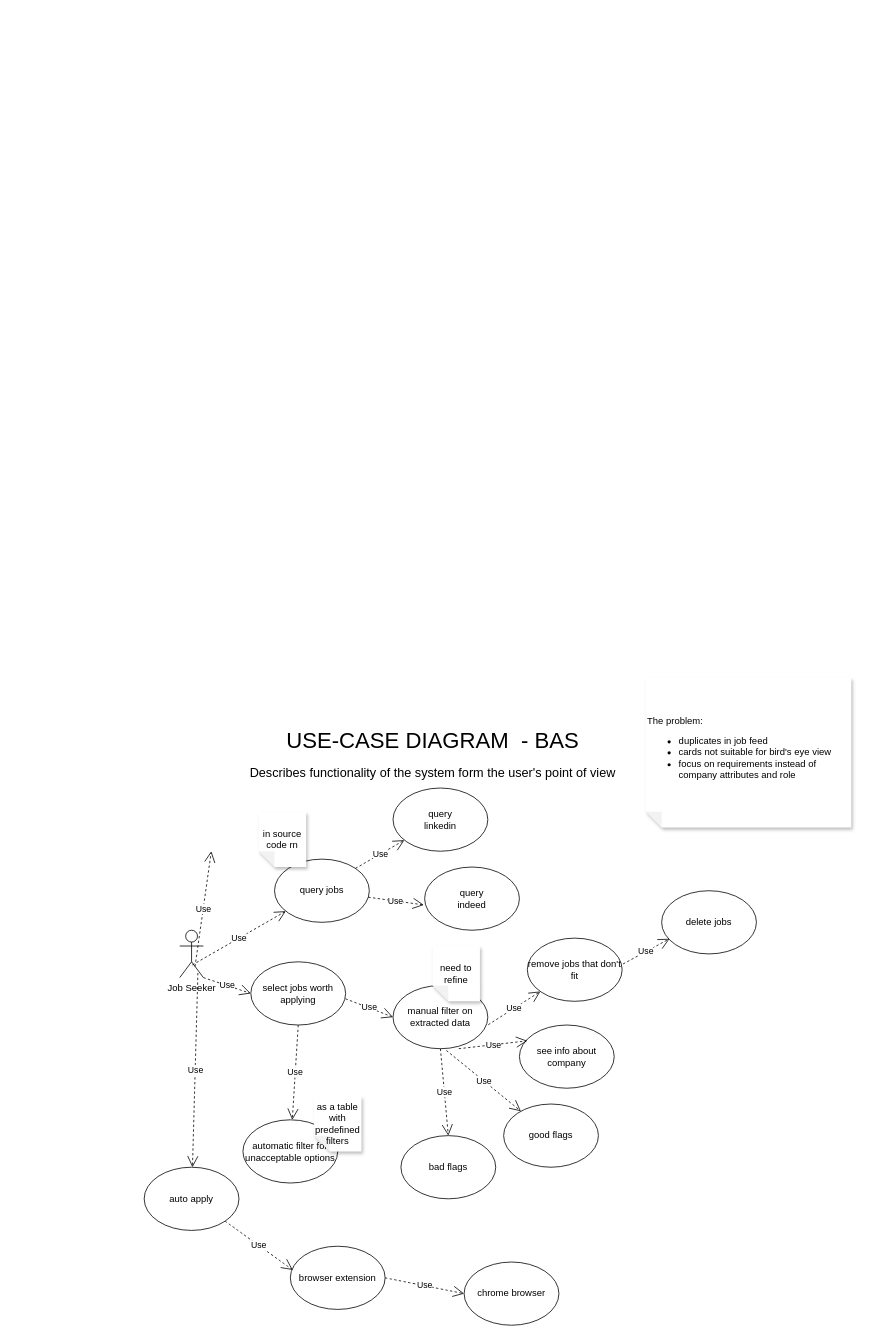
This is page "USE-CASE" (2 of 2) of diagrams/Diagram.drawio from vadzimk/bas, a draw.io file, before an edit. Source tidied: cells renumbered, new cells numbered last; positions are measured from the earlier drawing's top-left corner, leaving out a move shared by most shapes. Both pictures are drawn from the tidied source at 79%, with x=0, y=0 at pixel (144, 677).
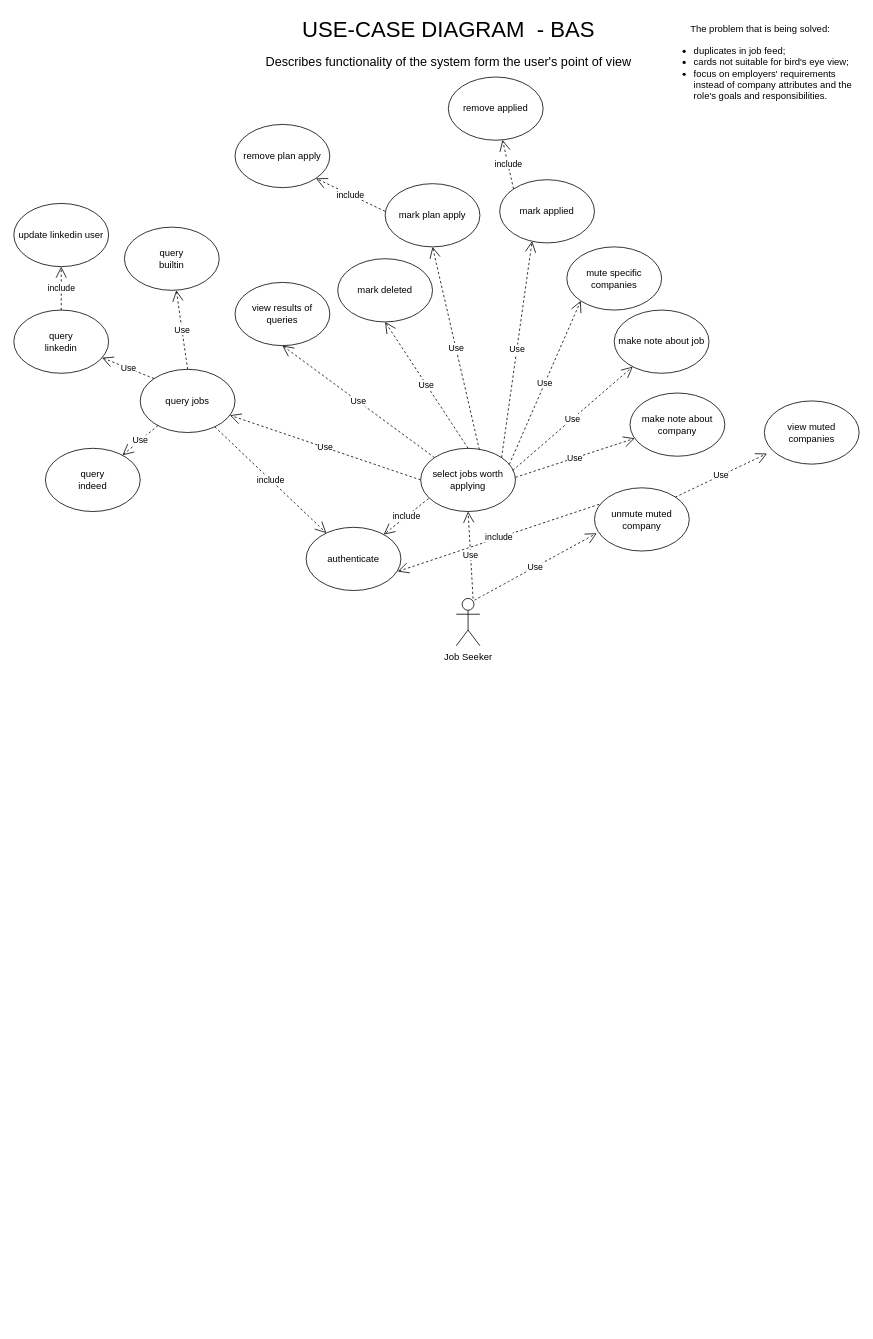
After the change.

The edit, as a diff of the source:
```diff
@@
     <mxCell id="2" value="Job Seeker" style="shape=umlActor;verticalLabelPosition=bottom;verticalAlign=top;html=1;" parent="1" vertex="1">
-      <mxGeometry x="45" y="320" width="30" height="60" as="geometry" />
+      <mxGeometry x="395" y="-100" width="30" height="60" as="geometry" />
     </mxCell>
     <mxCell id="3" value="query jobs" style="ellipse;whiteSpace=wrap;html=1;" parent="1" vertex="1">
-      <mxGeometry x="165" y="230" width="120" height="80" as="geometry" />
+      <mxGeometry x="-5" y="-390" width="120" height="80" as="geometry" />
     </mxCell>
-    <mxCell id="4" value="query&lt;br&gt;linkedin" style="ellipse;whiteSpace=wrap;html=1;" parent="1" vertex="1">
-      <mxGeometry x="315" y="140" width="120" height="80" as="geometry" />
+    <mxCell id="4" value="query&lt;br&gt;linkedin" style="ellipse;whiteSpace=wrap;html=1;labelBackgroundColor=none;" parent="1" vertex="1">
+      <mxGeometry x="-165" y="-465" width="120" height="80" as="geometry" />
     </mxCell>
     <mxCell id="5" value="query&lt;br&gt;indeed" style="ellipse;whiteSpace=wrap;html=1;" parent="1" vertex="1">
-      <mxGeometry x="355" y="240" width="120" height="80" as="geometry" />
+      <mxGeometry x="-125" y="-290" width="120" height="80" as="geometry" />
     </mxCell>
-    <mxCell id="6" value="Use" style="endArrow=open;endSize=12;dashed=1;html=1;rounded=0;exitX=0.533;exitY=0.733;exitDx=0;exitDy=0;exitPerimeter=0;" parent="1" edge="1" source="2" target="3">
+    <mxCell id="6" value="Use" style="endArrow=open;endSize=12;dashed=1;html=1;rounded=0;exitX=0;exitY=0.5;exitDx=0;exitDy=0;" parent="1" edge="1" source="18" target="3">
       <mxGeometry relative="1" as="geometry" />
     </mxCell>
-    <mxCell id="7" value="Use" style="endArrow=open;endSize=12;dashed=1;html=1;rounded=0;exitX=1;exitY=0;exitDx=0;exitDy=0;" parent="1" edge="1" source="3" target="4">
+    <mxCell id="7" value="Use" style="endArrow=open;endSize=12;dashed=1;html=1;rounded=0;exitX=0;exitY=0;exitDx=0;exitDy=0;" parent="1" edge="1" source="3" target="4">
       <mxGeometry relative="1" as="geometry" />
     </mxCell>
-    <mxCell id="8" value="Use" style="endArrow=open;endSize=12;dashed=1;html=1;rounded=0;entryX=-0.008;entryY=0.6;entryDx=0;entryDy=0;entryPerimeter=0;" parent="1" edge="1" source="3" target="5">
+    <mxCell id="8" value="Use" style="endArrow=open;endSize=12;dashed=1;html=1;rounded=0;" parent="1" edge="1" source="3" target="5">
       <mxGeometry relative="1" as="geometry" />
     </mxCell>
-    <mxCell id="9" value="manual filter on extracted data" style="ellipse;whiteSpace=wrap;html=1;" parent="1" vertex="1">
-      <mxGeometry x="315" y="390" width="120" height="80" as="geometry" />
-    </mxCell>
-    <mxCell id="10" value="Use" style="endArrow=open;endSize=12;dashed=1;html=1;rounded=0;exitX=0.646;exitY=0.765;exitDx=0;exitDy=0;exitPerimeter=0;" parent="1" edge="1" source="2">
-      <mxGeometry relative="1" as="geometry">
-        <mxPoint x="85" y="220" as="targetPoint" />
-      </mxGeometry>
+    <mxCell id="10" value="include" style="endArrow=open;endSize=12;dashed=1;html=1;rounded=0;" parent="1" edge="1" source="3" target="42">
+      <mxGeometry relative="1" as="geometry" />
     </mxCell>
-    <mxCell id="11" value="delete jobs" style="ellipse;whiteSpace=wrap;html=1;" parent="1" vertex="1">
-      <mxGeometry x="655" y="270" width="120" height="80" as="geometry" />
+    <mxCell id="11" value="mark deleted" style="ellipse;whiteSpace=wrap;html=1;" parent="1" vertex="1">
+      <mxGeometry x="245" y="-530" width="120" height="80" as="geometry" />
     </mxCell>
-    <mxCell id="12" value="Use" style="endArrow=open;endSize=12;dashed=1;html=1;rounded=0;exitX=1.005;exitY=0.62;exitDx=0;exitDy=0;exitPerimeter=0;" parent="1" edge="1" source="9" target="13">
-      <mxGeometry relative="1" as="geometry" />
-    </mxCell>
-    <mxCell id="13" value="remove jobs that don't fit" style="ellipse;whiteSpace=wrap;html=1;" parent="1" vertex="1">
-      <mxGeometry x="485" y="330" width="120" height="80" as="geometry" />
-    </mxCell>
-    <mxCell id="14" value="Use" style="endArrow=open;endSize=12;dashed=1;html=1;rounded=0;exitX=1.01;exitY=0.409;exitDx=0;exitDy=0;exitPerimeter=0;entryX=0.083;entryY=0.761;entryDx=0;entryDy=0;entryPerimeter=0;" parent="1" edge="1" source="13" target="11">
-      <mxGeometry relative="1" as="geometry" />
-    </mxCell>
-    <mxCell id="15" value="Use" style="endArrow=open;endSize=12;dashed=1;html=1;rounded=0;exitX=0.999;exitY=0.585;exitDx=0;exitDy=0;exitPerimeter=0;entryX=0;entryY=0.5;entryDx=0;entryDy=0;" parent="1" edge="1" source="18" target="9">
-      <mxGeometry relative="1" as="geometry" />
-    </mxCell>
-    <mxCell id="16" value="see info about company" style="ellipse;whiteSpace=wrap;html=1;" parent="1" vertex="1">
-      <mxGeometry x="475" y="440" width="120" height="80" as="geometry" />
-    </mxCell>
-    <mxCell id="17" value="Use" style="endArrow=open;endSize=12;dashed=1;html=1;rounded=0;entryX=0.083;entryY=0.25;entryDx=0;entryDy=0;entryPerimeter=0;exitX=0.693;exitY=1;exitDx=0;exitDy=0;exitPerimeter=0;" parent="1" edge="1" source="9" target="16">
-      <mxGeometry relative="1" as="geometry" />
-    </mxCell>
     <mxCell id="18" value="select jobs worth applying" style="ellipse;whiteSpace=wrap;html=1;" parent="1" vertex="1">
-      <mxGeometry x="135" y="360" width="120" height="80" as="geometry" />
+      <mxGeometry x="350" y="-290" width="120" height="80" as="geometry" />
     </mxCell>
-    <mxCell id="19" value="Use" style="endArrow=open;endSize=12;dashed=1;html=1;rounded=0;exitX=1;exitY=1;exitDx=0;exitDy=0;exitPerimeter=0;entryX=0;entryY=0.5;entryDx=0;entryDy=0;" parent="1" edge="1" source="2" target="18">
-      <mxGeometry relative="1" as="geometry" />
-    </mxCell>
-    <mxCell id="20" value="auto apply" style="ellipse;whiteSpace=wrap;html=1;" parent="1" vertex="1">
-      <mxGeometry y="620" width="120" height="80" as="geometry" />
+    <mxCell id="20" value="view muted companies" style="ellipse;whiteSpace=wrap;html=1;" parent="1" vertex="1">
+      <mxGeometry x="785" y="-350" width="120" height="80" as="geometry" />
     </mxCell>
-    <mxCell id="21" value="Use" style="endArrow=open;endSize=12;dashed=1;html=1;rounded=0;exitX=0.767;exitY=0.902;exitDx=0;exitDy=0;exitPerimeter=0;" parent="1" edge="1" source="2" target="20">
-      <mxGeometry relative="1" as="geometry" />
-    </mxCell>
     <mxCell id="22" value="USE-CASE DIAGRAM&amp;nbsp; - BAS" style="text;html=1;align=center;verticalAlign=middle;fillColor=none;strokeColor=none;rounded=0;fontSize=28;" parent="1" vertex="1">
-      <mxGeometry x="170" y="60" width="390" height="40" as="geometry" />
+      <mxGeometry x="190" y="-840" width="390" height="40" as="geometry" />
     </mxCell>
     <mxCell id="23" value="Describes functionality of the system form the user's point of view" style="text;html=1;align=center;verticalAlign=middle;fillColor=none;strokeColor=none;rounded=0;fontSize=16;" parent="1" vertex="1">
-      <mxGeometry x="125" y="110" width="480" height="20" as="geometry" />
+      <mxGeometry x="145" y="-790" width="480" height="20" as="geometry" />
     </mxCell>
-    <mxCell id="24" value="browser extension" style="ellipse;whiteSpace=wrap;html=1;hachureGap=4;" parent="1" vertex="1">
-      <mxGeometry x="185" y="720" width="120" height="80" as="geometry" />
+    <mxCell id="24" value="unmute muted company" style="ellipse;whiteSpace=wrap;html=1;hachureGap=4;" parent="1" vertex="1">
+      <mxGeometry x="570" y="-240" width="120" height="80" as="geometry" />
     </mxCell>
-    <mxCell id="25" value="chrome browser" style="ellipse;whiteSpace=wrap;html=1;hachureGap=4;" parent="1" vertex="1">
-      <mxGeometry x="405" y="740" width="120" height="80" as="geometry" />
-    </mxCell>
-    <mxCell id="26" value="Use" style="endArrow=open;endSize=12;dashed=1;html=1;rounded=0;sourcePerimeterSpacing=8;targetPerimeterSpacing=8;curved=1;exitX=1;exitY=1;exitDx=0;exitDy=0;entryX=0.025;entryY=0.375;entryDx=0;entryDy=0;entryPerimeter=0;" parent="1" edge="1" source="20" target="24">
+    <mxCell id="26" value="Use" style="endArrow=open;endSize=12;dashed=1;html=1;rounded=0;sourcePerimeterSpacing=8;targetPerimeterSpacing=8;curved=1;entryX=0.024;entryY=0.719;entryDx=0;entryDy=0;exitX=0.773;exitY=0.036;exitDx=0;exitDy=0;exitPerimeter=0;entryPerimeter=0;" parent="1" edge="1" source="2" target="24">
       <mxGeometry relative="1" as="geometry" />
     </mxCell>
-    <mxCell id="27" value="Use" style="endArrow=open;endSize=12;dashed=1;html=1;rounded=0;sourcePerimeterSpacing=8;targetPerimeterSpacing=8;curved=1;exitX=1;exitY=0.5;exitDx=0;exitDy=0;entryX=0;entryY=0.5;entryDx=0;entryDy=0;" parent="1" edge="1" source="24" target="25">
-      <mxGeometry relative="1" as="geometry" />
-    </mxCell>
-    <mxCell id="28" value="automatic filter for unacceptable options" style="ellipse;whiteSpace=wrap;html=1;hachureGap=4;" parent="1" vertex="1">
-      <mxGeometry x="125" y="560" width="120" height="80" as="geometry" />
+    <mxCell id="28" value="mute specific companies" style="ellipse;whiteSpace=wrap;html=1;hachureGap=4;" parent="1" vertex="1">
+      <mxGeometry x="535" y="-545" width="120" height="80" as="geometry" />
     </mxCell>
+    <mxCell id="38" value="&lt;span style=&quot;-webkit-font-smoothing: antialiased; font-family: Helvetica; font-size: 12px; font-style: normal; font-variant-ligatures: normal; font-variant-caps: normal; font-weight: 400; letter-spacing: normal; orphans: 2; text-align: left; text-indent: 0px; text-transform: none; widows: 2; word-spacing: 0px; -webkit-text-stroke-width: 0px; text-decoration-thickness: initial; text-decoration-style: initial; text-decoration-color: initial;&quot;&gt;The problem that is being solved:&lt;/span&gt;&lt;br style=&quot;-webkit-font-smoothing: antialiased; font-family: Helvetica; font-size: 12px; font-style: normal; font-variant-ligatures: normal; font-variant-caps: normal; font-weight: 400; letter-spacing: normal; orphans: 2; text-align: left; text-indent: 0px; text-transform: none; widows: 2; word-spacing: 0px; -webkit-text-stroke-width: 0px; text-decoration-thickness: initial; text-decoration-style: initial; text-decoration-color: initial;&quot;&gt;&lt;blockquote style=&quot;-webkit-font-smoothing: antialiased; font-family: Helvetica; font-size: 12px; font-style: normal; font-variant-ligatures: normal; font-variant-caps: normal; font-weight: 400; letter-spacing: normal; orphans: 2; text-align: left; text-indent: 0px; text-transform: none; widows: 2; word-spacing: 0px; -webkit-text-stroke-width: 0px; text-decoration-thickness: initial; text-decoration-style: initial; text-decoration-color: initial; margin: 0px 0px 0px 40px; border: none; padding: 0px;&quot;&gt;&lt;/blockquote&gt;&lt;ul style=&quot;-webkit-font-smoothing: antialiased; font-family: Helvetica; font-size: 12px; font-style: normal; font-variant-ligatures: normal; font-variant-caps: normal; font-weight: 400; letter-spacing: normal; orphans: 2; text-align: left; text-indent: 0px; text-transform: none; widows: 2; word-spacing: 0px; -webkit-text-stroke-width: 0px; text-decoration-thickness: initial; text-decoration-style: initial; text-decoration-color: initial;&quot;&gt;&lt;li style=&quot;-webkit-font-smoothing: antialiased;&quot;&gt;duplicates in job feed;&lt;/li&gt;&lt;li style=&quot;-webkit-font-smoothing: antialiased;&quot;&gt;cards not suitable for bird's eye view;&lt;/li&gt;&lt;li style=&quot;-webkit-font-smoothing: antialiased;&quot;&gt;focus on employers' requirements instead of company attributes and the role's goals and responsibilities.&lt;/li&gt;&lt;/ul&gt;" style="text;strokeColor=none;fillColor=none;html=1;align=center;verticalAlign=middle;whiteSpace=wrap;rounded=0;hachureGap=4;fontColor=default;labelBackgroundColor=none;" parent="1" vertex="1">
+      <mxGeometry x="655" y="-840" width="250" height="135" as="geometry" />
+    </mxCell>
+    <mxCell id="39" value="query&lt;br&gt;builtin" style="ellipse;whiteSpace=wrap;html=1;" parent="1" vertex="1">
+      <mxGeometry x="-25" y="-570" width="120" height="80" as="geometry" />
+    </mxCell>
+    <mxCell id="40" value="Use" style="endArrow=open;endSize=12;dashed=1;html=1;rounded=0;exitX=0.5;exitY=0;exitDx=0;exitDy=0;" parent="1" edge="1" source="3" target="39">
+      <mxGeometry relative="1" as="geometry" />
+    </mxCell>
+    <mxCell id="41" value="Use" style="endArrow=open;endSize=12;dashed=1;html=1;rounded=0;sourcePerimeterSpacing=8;targetPerimeterSpacing=8;curved=1;exitX=1;exitY=0;exitDx=0;exitDy=0;" parent="1" edge="1" source="24" target="20">
+      <mxGeometry relative="1" as="geometry" />
+    </mxCell>
+    <mxCell id="42" value="authenticate" style="ellipse;whiteSpace=wrap;html=1;labelBackgroundColor=none;" parent="1" vertex="1">
+      <mxGeometry x="205" y="-190" width="120" height="80" as="geometry" />
+    </mxCell>
+    <mxCell id="43" value="include" style="endArrow=open;endSize=12;dashed=1;html=1;rounded=0;exitX=0.049;exitY=0.261;exitDx=0;exitDy=0;exitPerimeter=0;entryX=0.965;entryY=0.699;entryDx=0;entryDy=0;entryPerimeter=0;" parent="1" edge="1" source="24" target="42">
+      <mxGeometry relative="1" as="geometry" />
+    </mxCell>
+    <mxCell id="44" value="update linkedin user" style="ellipse;whiteSpace=wrap;html=1;labelBackgroundColor=none;" parent="1" vertex="1">
+      <mxGeometry x="-165" y="-600" width="120" height="80" as="geometry" />
+    </mxCell>
+    <mxCell id="45" value="include" style="endArrow=open;endSize=12;dashed=1;html=1;rounded=0;entryX=0.5;entryY=1;entryDx=0;entryDy=0;exitX=0.5;exitY=0;exitDx=0;exitDy=0;" parent="1" edge="1" source="4" target="44">
+      <mxGeometry relative="1" as="geometry" />
+    </mxCell>
+    <mxCell id="46" value="mark plan apply" style="ellipse;whiteSpace=wrap;html=1;" parent="1" vertex="1">
+      <mxGeometry x="305" y="-625" width="120" height="80" as="geometry" />
+    </mxCell>
+    <mxCell id="47" value="mark applied" style="ellipse;whiteSpace=wrap;html=1;" parent="1" vertex="1">
+      <mxGeometry x="450" y="-630" width="120" height="80" as="geometry" />
+    </mxCell>
+    <mxCell id="48" value="remove applied" style="ellipse;whiteSpace=wrap;html=1;" parent="1" vertex="1">
+      <mxGeometry x="385" y="-760" width="120" height="80" as="geometry" />
+    </mxCell>
+    <mxCell id="49" value="remove plan apply" style="ellipse;whiteSpace=wrap;html=1;" parent="1" vertex="1">
+      <mxGeometry x="115" y="-700" width="120" height="80" as="geometry" />
+    </mxCell>
+    <mxCell id="50" value="include" style="endArrow=open;endSize=12;dashed=1;html=1;rounded=0;exitX=0;exitY=0;exitDx=0;exitDy=0;" parent="1" edge="1" source="47" target="48">
+      <mxGeometry relative="1" as="geometry" />
+    </mxCell>
+    <mxCell id="51" value="include" style="endArrow=open;endSize=12;dashed=1;html=1;rounded=0;entryX=1;entryY=1;entryDx=0;entryDy=0;exitX=0;exitY=0.438;exitDx=0;exitDy=0;exitPerimeter=0;" parent="1" edge="1" source="46" target="49">
+      <mxGeometry relative="1" as="geometry" />
+    </mxCell>
+    <mxCell id="52" value="make note about job" style="ellipse;whiteSpace=wrap;html=1;" parent="1" vertex="1">
+      <mxGeometry x="595" y="-465" width="120" height="80" as="geometry" />
+    </mxCell>
+    <mxCell id="53" value="make note about company" style="ellipse;whiteSpace=wrap;html=1;" parent="1" vertex="1">
+      <mxGeometry x="615" y="-360" width="120" height="80" as="geometry" />
+    </mxCell>
+    <mxCell id="19" value="Use" style="endArrow=open;endSize=12;dashed=1;html=1;rounded=0;exitX=0.711;exitY=0.006;exitDx=0;exitDy=0;exitPerimeter=0;entryX=0.5;entryY=1;entryDx=0;entryDy=0;" parent="1" edge="1" source="2" target="18">
+      <mxGeometry relative="1" as="geometry" />
+    </mxCell>
+    <mxCell id="54" value="view results of queries" style="ellipse;whiteSpace=wrap;html=1;" parent="1" vertex="1">
+      <mxGeometry x="115" y="-500" width="120" height="80" as="geometry" />
+    </mxCell>
+    <mxCell id="55" value="Use" style="endArrow=open;endSize=12;dashed=1;html=1;rounded=0;exitX=0;exitY=0;exitDx=0;exitDy=0;entryX=0.5;entryY=1;entryDx=0;entryDy=0;" parent="1" edge="1" source="18" target="54">
+      <mxGeometry relative="1" as="geometry" />
+    </mxCell>
+    <mxCell id="56" value="Use" style="endArrow=open;endSize=12;dashed=1;html=1;rounded=0;exitX=0.5;exitY=0;exitDx=0;exitDy=0;entryX=0.5;entryY=1;entryDx=0;entryDy=0;" parent="1" edge="1" source="18" target="11">
+      <mxGeometry relative="1" as="geometry" />
+    </mxCell>
+    <mxCell id="57" value="Use" style="endArrow=open;endSize=12;dashed=1;html=1;rounded=0;exitX=0.619;exitY=0.021;exitDx=0;exitDy=0;entryX=0.5;entryY=1;entryDx=0;entryDy=0;exitPerimeter=0;" parent="1" edge="1" source="18" target="46">
+      <mxGeometry relative="1" as="geometry" />
+    </mxCell>
+    <mxCell id="58" value="Use" style="endArrow=open;endSize=12;dashed=1;html=1;rounded=0;exitX=1;exitY=0;exitDx=0;exitDy=0;entryX=0.342;entryY=0.971;entryDx=0;entryDy=0;entryPerimeter=0;" parent="1" edge="1" source="18" target="47">
+      <mxGeometry relative="1" as="geometry" />
+    </mxCell>
-    <mxCell id="29" value="Use" style="endArrow=open;endSize=12;dashed=1;html=1;rounded=0;exitX=0.5;exitY=1;exitDx=0;exitDy=0;" parent="1" edge="1" source="18" target="28">
+    <mxCell id="29" value="Use" style="endArrow=open;endSize=12;dashed=1;html=1;rounded=0;exitX=0.935;exitY=0.255;exitDx=0;exitDy=0;entryX=0;entryY=1;entryDx=0;entryDy=0;exitPerimeter=0;" parent="1" edge="1" source="18" target="28">
       <mxGeometry relative="1" as="geometry" />
     </mxCell>
-    <mxCell id="30" value="need to refine" style="shape=note;whiteSpace=wrap;html=1;backgroundOutline=1;fontColor=#000000;darkOpacity=0.05;fillColor=default;strokeColor=none;fillStyle=solid;direction=west;gradientDirection=north;gradientColor=#ffffff;shadow=1;size=20;hachureGap=4;" parent="1" vertex="1">
-      <mxGeometry x="365" y="340" width="60" height="70" as="geometry" />
-    </mxCell>
-    <mxCell id="31" value="in source code rn" style="shape=note;whiteSpace=wrap;html=1;backgroundOutline=1;fontColor=#000000;darkOpacity=0.05;fillColor=default;strokeColor=none;fillStyle=solid;direction=west;gradientDirection=north;gradientColor=#ffffff;shadow=1;size=20;hachureGap=4;" parent="1" vertex="1">
-      <mxGeometry x="145" y="170" width="60" height="70" as="geometry" />
-    </mxCell>
-    <mxCell id="32" value="as a table with predefined filters" style="shape=note;whiteSpace=wrap;html=1;backgroundOutline=1;fontColor=#000000;darkOpacity=0.05;fillColor=default;strokeColor=none;fillStyle=solid;direction=west;gradientDirection=north;gradientColor=#ffffff;shadow=1;size=20;hachureGap=4;" parent="1" vertex="1">
-      <mxGeometry x="215" y="530" width="60" height="70" as="geometry" />
-    </mxCell>
-    <mxCell id="33" value="&lt;span&gt;The problem:&lt;/span&gt;&lt;br&gt;&lt;blockquote style=&quot;margin: 0 0 0 40px ; border: none ; padding: 0px&quot;&gt;&lt;/blockquote&gt;&lt;ul&gt;&lt;li&gt;duplicates in job feed&lt;/li&gt;&lt;li&gt;cards not suitable for bird's eye view&lt;/li&gt;&lt;li&gt;focus on requirements instead of company attributes and role&lt;/li&gt;&lt;/ul&gt;&lt;blockquote style=&quot;margin: 0 0 0 40px ; border: none ; padding: 0px&quot;&gt;&lt;/blockquote&gt;" style="shape=note;whiteSpace=wrap;html=1;backgroundOutline=1;fontColor=#000000;darkOpacity=0.05;fillColor=default;strokeColor=none;fillStyle=solid;direction=west;gradientDirection=north;gradientColor=#ffffff;shadow=1;size=20;hachureGap=4;align=left;" parent="1" vertex="1">
-      <mxGeometry x="635" width="260" height="190" as="geometry" />
-    </mxCell>
-    <mxCell id="34" value="good flags" style="ellipse;whiteSpace=wrap;html=1;hachureGap=4;" parent="1" vertex="1">
-      <mxGeometry x="455" y="540" width="120" height="80" as="geometry" />
-    </mxCell>
-    <mxCell id="35" value="bad flags" style="ellipse;whiteSpace=wrap;html=1;hachureGap=4;" parent="1" vertex="1">
-      <mxGeometry x="325" y="580" width="120" height="80" as="geometry" />
-    </mxCell>
-    <mxCell id="36" value="Use" style="endArrow=open;endSize=12;dashed=1;html=1;rounded=0;exitX=0.563;exitY=1.028;exitDx=0;exitDy=0;exitPerimeter=0;" parent="1" edge="1" source="9" target="34">
-      <mxGeometry relative="1" as="geometry" />
-    </mxCell>
-    <mxCell id="37" value="Use" style="endArrow=open;endSize=12;dashed=1;html=1;rounded=0;exitX=0.5;exitY=1;exitDx=0;exitDy=0;entryX=0.5;entryY=0;entryDx=0;entryDy=0;" parent="1" edge="1" source="9" target="35">
-      <mxGeometry relative="1" as="geometry" />
-    </mxCell>
+    <mxCell id="59" value="Use" style="endArrow=open;endSize=12;dashed=1;html=1;rounded=0;exitX=0.971;exitY=0.35;exitDx=0;exitDy=0;exitPerimeter=0;" parent="1" edge="1" source="18" target="52">
+      <mxGeometry relative="1" as="geometry" />
+    </mxCell>
+    <mxCell id="60" value="Use" style="endArrow=open;endSize=12;dashed=1;html=1;rounded=0;exitX=1;exitY=0.459;exitDx=0;exitDy=0;exitPerimeter=0;" parent="1" edge="1" source="18" target="53">
+      <mxGeometry relative="1" as="geometry" />
+    </mxCell>
+    <mxCell id="61" value="include" style="endArrow=open;endSize=12;dashed=1;html=1;rounded=0;exitX=0.083;exitY=0.795;exitDx=0;exitDy=0;exitPerimeter=0;" parent="1" edge="1" source="18" target="42">
+      <mxGeometry relative="1" as="geometry" />
+    </mxCell>
```
